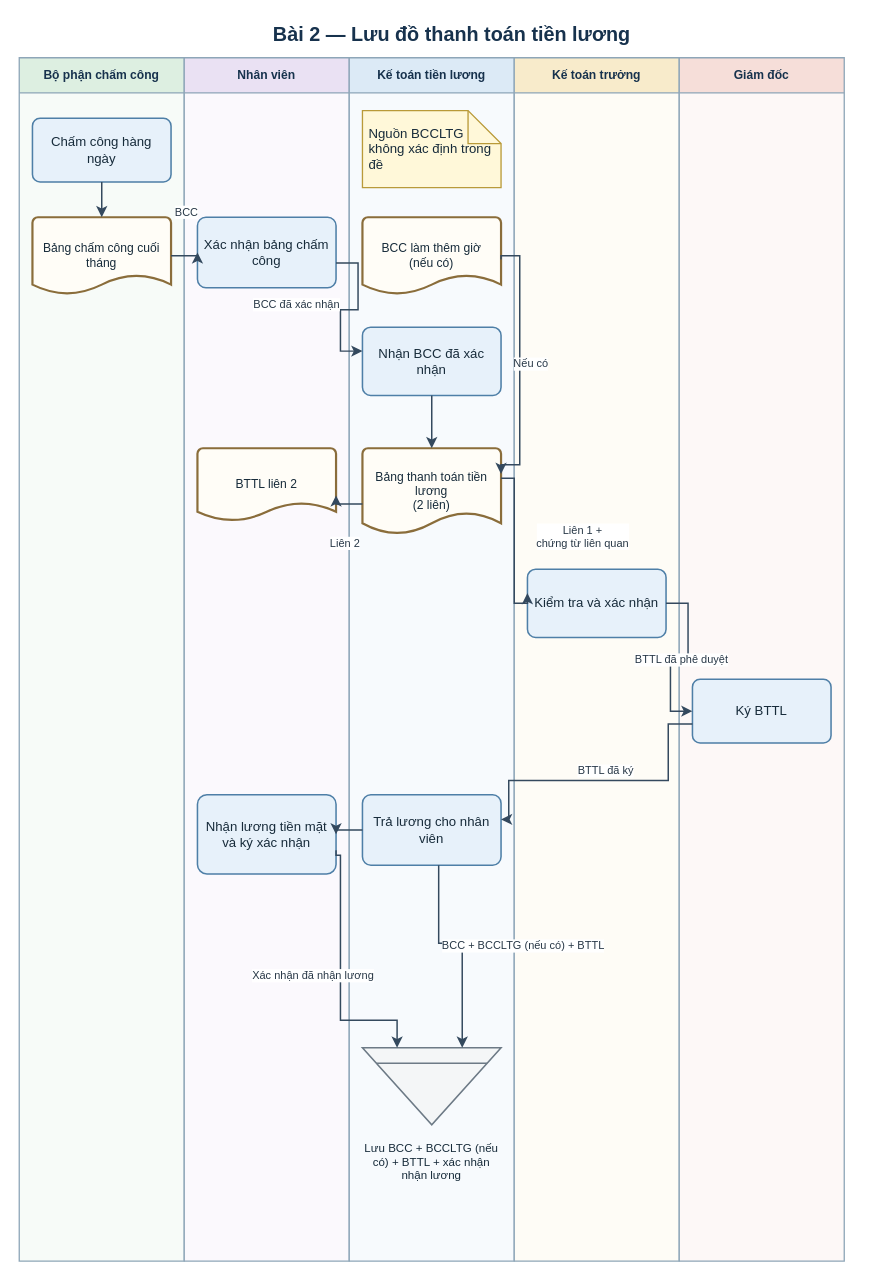
This is assets/drawio/02_payroll_payment_flow.drawio from saigonbaddielover/thtrang, a draw.io file, before an edit. Source tidied: cells renumbered, new cells numbered last; positions are measured from the earlier drawing's top-left corner, leaving out a move shared by most shapes. Both pictures are drawn from the tidied source at 110%, with x=0, y=0 at pixel (19, 19).
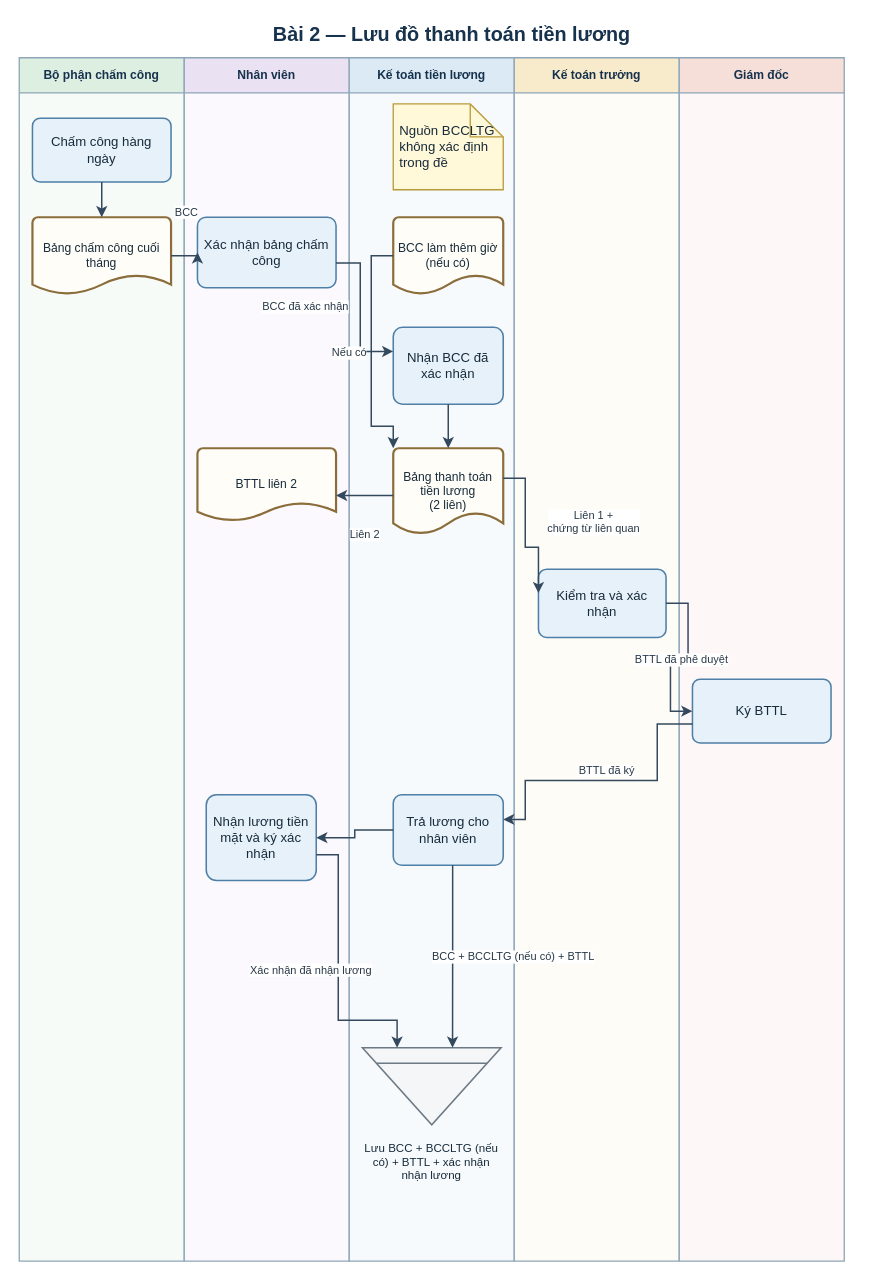
The same diagram, later.

Unchanged cells that the change refers to:
```xml
<mxCell id="4" value="Nhân viên" style="swimlane;horizontal=1;startSize=32;html=1;whiteSpace=wrap;fontFamily=Arial;fontSize=11;fontStyle=1;fontColor=#17324D;align=center;verticalAlign=middle;rounded=0;fillColor=#EAE1F3;swimlaneFillColor=#FBF9FD;strokeColor=#8EA6B8;strokeWidth=1.2;" parent="1" vertex="1">
  <mxGeometry x="150" y="35" width="150" height="1094" as="geometry" />
</mxCell>
<mxCell id="5" value="Kế toán tiền lương" style="swimlane;horizontal=1;startSize=32;html=1;whiteSpace=wrap;fontFamily=Arial;fontSize=11;fontStyle=1;fontColor=#17324D;align=center;verticalAlign=middle;rounded=0;fillColor=#DCEAF6;swimlaneFillColor=#F7FAFD;strokeColor=#8EA6B8;strokeWidth=1.2;" parent="1" vertex="1">
  <mxGeometry x="300" y="35" width="150" height="1094" as="geometry" />
</mxCell>
<mxCell id="6" value="Kế toán trưởng" style="swimlane;horizontal=1;startSize=32;html=1;whiteSpace=wrap;fontFamily=Arial;fontSize=11;fontStyle=1;fontColor=#17324D;align=center;verticalAlign=middle;rounded=0;fillColor=#F8EBCB;swimlaneFillColor=#FEFCF6;strokeColor=#8EA6B8;strokeWidth=1.2;" parent="1" vertex="1">
  <mxGeometry x="450" y="35" width="150" height="1094" as="geometry" />
</mxCell>
<mxCell id="10" value="Xác nhận bảng chấm công" style="rounded=1;arcSize=12;html=1;whiteSpace=wrap;fontFamily=Arial;align=center;verticalAlign=middle;fontColor=#172B3A; fontSize=11;spacing=5;fillColor=#E7F1FA;strokeColor=#4E7FA7;strokeWidth=1.4;" parent="4" vertex="1">
  <mxGeometry x="12" y="145" width="126" height="64" as="geometry" />
</mxCell>
<mxCell id="15" value="BTTL liên 2" style="strokeWidth=2;shape=mxgraph.flowchart.document2;size=0.25;html=1;whiteSpace=wrap;fontFamily=Arial;align=center;verticalAlign=middle;fontColor=#172B3A;fontSize=11;spacing=4;fillColor=#FFFDF7;strokeColor=#8A6D3B;" parent="4" vertex="1">
  <mxGeometry x="12" y="355" width="126" height="66" as="geometry" />
</mxCell>
<mxCell id="17" value="Ký BTTL" style="rounded=1;arcSize=12;html=1;whiteSpace=wrap;fontFamily=Arial;align=center;verticalAlign=middle;fontColor=#172B3A; fontSize=11;spacing=5;fillColor=#E7F1FA;strokeColor=#4E7FA7;strokeWidth=1.4;" parent="7" vertex="1">
  <mxGeometry x="12" y="565" width="126" height="58" as="geometry" />
</mxCell>
<mxCell id="20" value="Lưu BCC + BCCLTG (nếu có) + BTTL + xác nhận nhận lương" style="shape=mxgraph.dfd.archive;html=1;whiteSpace=wrap;fontFamily=Arial;align=center;verticalLabelPosition=bottom;verticalAlign=top;fontColor=#172B3A;fontSize=10.5;spacingTop=8;fillColor=#F4F6F7;strokeColor=#6D7A86;strokeWidth=1.4;" parent="5" vertex="1">
  <mxGeometry x="12" y="900" width="126" height="70" as="geometry" />
</mxCell>
```

The edit, as a diff of the source:
```diff
@@
     <mxCell id="11" value="Nguồn BCCLTG không xác định trong đề" style="shape=note;html=1;whiteSpace=wrap;fontFamily=Arial;align=center;verticalAlign=middle;fontColor=#172B3A; fontSize=10;align=left;spacing=6;fillColor=#FFF8D9;strokeColor=#B99A39;strokeWidth=1.2;" parent="5" vertex="1">
-      <mxGeometry x="12" y="48" width="126" height="70" as="geometry" />
+      <mxGeometry x="40" y="42" width="100" height="78" as="geometry" />
     </mxCell>
     <mxCell id="12" value="BCC làm thêm giờ&lt;br&gt;(nếu có)" style="strokeWidth=2;shape=mxgraph.flowchart.document2;size=0.25;html=1;whiteSpace=wrap;fontFamily=Arial;align=center;verticalAlign=middle;fontColor=#172B3A;fontSize=11;spacing=4;fillColor=#FFFDF7;strokeColor=#8A6D3B;" parent="5" vertex="1">
-      <mxGeometry x="12" y="145" width="126" height="70" as="geometry" />
+      <mxGeometry x="40" y="145" width="100" height="70" as="geometry" />
     </mxCell>
     <mxCell id="13" value="Nhận BCC đã xác nhận" style="rounded=1;arcSize=12;html=1;whiteSpace=wrap;fontFamily=Arial;align=center;verticalAlign=middle;fontColor=#172B3A; fontSize=11;spacing=5;fillColor=#E7F1FA;strokeColor=#4E7FA7;strokeWidth=1.4;" parent="5" vertex="1">
-      <mxGeometry x="12" y="245" width="126" height="62" as="geometry" />
+      <mxGeometry x="40" y="245" width="100" height="70" as="geometry" />
     </mxCell>
     <mxCell id="14" value="Bảng thanh toán tiền lương&lt;br&gt;(2 liên)" style="strokeWidth=2;shape=mxgraph.flowchart.document2;size=0.25;html=1;whiteSpace=wrap;fontFamily=Arial;align=center;verticalAlign=middle;fontColor=#172B3A;fontSize=11;spacing=4;fillColor=#FFFDF7;strokeColor=#8A6D3B;" parent="5" vertex="1">
-      <mxGeometry x="12" y="355" width="126" height="78" as="geometry" />
+      <mxGeometry x="40" y="355" width="100" height="78" as="geometry" />
     </mxCell>
@@
     <mxCell id="16" value="Kiểm tra và xác nhận" style="rounded=1;arcSize=12;html=1;whiteSpace=wrap;fontFamily=Arial;align=center;verticalAlign=middle;fontColor=#172B3A; fontSize=11;spacing=5;fillColor=#E7F1FA;strokeColor=#4E7FA7;strokeWidth=1.4;" parent="6" vertex="1">
-      <mxGeometry x="12" y="465" width="126" height="62" as="geometry" />
+      <mxGeometry x="22" y="465" width="116" height="62" as="geometry" />
     </mxCell>
@@
     <mxCell id="18" value="Trả lương cho nhân viên" style="rounded=1;arcSize=12;html=1;whiteSpace=wrap;fontFamily=Arial;align=center;verticalAlign=middle;fontColor=#172B3A; fontSize=11;spacing=5;fillColor=#E7F1FA;strokeColor=#4E7FA7;strokeWidth=1.4;" parent="5" vertex="1">
-      <mxGeometry x="12" y="670" width="126" height="64" as="geometry" />
+      <mxGeometry x="40" y="670" width="100" height="64" as="geometry" />
     </mxCell>
     <mxCell id="19" value="Nhận lương tiền mặt và ký xác nhận" style="rounded=1;arcSize=12;html=1;whiteSpace=wrap;fontFamily=Arial;align=center;verticalAlign=middle;fontColor=#172B3A; fontSize=11;spacing=5;fillColor=#E7F1FA;strokeColor=#4E7FA7;strokeWidth=1.4;" parent="4" vertex="1">
-      <mxGeometry x="12" y="670" width="126" height="72" as="geometry" />
+      <mxGeometry x="20" y="670" width="100" height="78" as="geometry" />
     </mxCell>
@@
-    <mxCell id="23" value="BCC đã xác nhận" style="edgeStyle=orthogonalEdgeStyle;rounded=0;jettySize=auto;html=1;fontFamily=Arial;fontSize=10;fontColor=#273746;labelBackgroundColor=#FFFFFF;strokeColor=#34495E;strokeWidth=1.35;endArrow=classic;endFill=1;exitX=1;exitY=0.65;entryX=0;entryY=0.35;" parent="1" edge="1" source="10" target="13">
+    <mxCell id="23" value="BCC đã xác nhận" style="edgeStyle=orthogonalEdgeStyle;rounded=0;jettySize=auto;html=1;fontFamily=Arial;fontSize=10;fontColor=#273746;labelBackgroundColor=#FFFFFF;strokeColor=#34495E;strokeWidth=1.35;endArrow=classic;endFill=1;exitX=1;exitY=0.65;entryX=0;entryY=0.314;" parent="1" edge="1" source="10" target="13">
       <mxGeometry relative="1" as="geometry">
+        <Array as="points">
+          <mxPoint x="310" y="222" />
+          <mxPoint x="310" y="302" />
+        </Array>
         <mxPoint x="-50" y="-5" as="offset" />
       </mxGeometry>
     </mxCell>
@@
-    <mxCell id="25" value="Nếu có" style="edgeStyle=orthogonalEdgeStyle;rounded=0;jettySize=auto;html=1;fontFamily=Arial;fontSize=10;fontColor=#273746;labelBackgroundColor=#FFFFFF;strokeColor=#34495E;strokeWidth=1.35;endArrow=classic;endFill=1;exitX=1;exitY=0.55;entryX=1;entryY=0.3;" parent="1" edge="1" source="12" target="14">
+    <mxCell id="25" value="Nếu có" style="edgeStyle=orthogonalEdgeStyle;rounded=0;jettySize=auto;html=1;fontFamily=Arial;fontSize=10;fontColor=#273746;labelBackgroundColor=#FFFFFF;strokeColor=#34495E;strokeWidth=1.35;endArrow=classic;endFill=1;exitX=0;exitY=0.5;entryX=0;entryY=0;" parent="1" edge="1" source="12" target="14">
       <mxGeometry relative="1" as="geometry">
         <Array as="points">
-          <mxPoint x="455" y="215" />
-          <mxPoint x="455" y="405" />
+          <mxPoint x="320" y="215" />
+          <mxPoint x="320" y="370" />
         </Array>
-        <mxPoint x="10" as="offset" />
+        <mxPoint x="-20" as="offset" />
       </mxGeometry>
     </mxCell>
-    <mxCell id="26" value="Liên 2" style="edgeStyle=orthogonalEdgeStyle;rounded=0;jettySize=auto;html=1;fontFamily=Arial;fontSize=10;fontColor=#273746;labelBackgroundColor=#FFFFFF;strokeColor=#34495E;strokeWidth=1.35;endArrow=classic;endFill=1;exitX=0;exitY=0.65;entryX=1;entryY=0.65;" parent="1" edge="1" source="14" target="15">
+    <mxCell id="26" value="Liên 2" style="edgeStyle=orthogonalEdgeStyle;rounded=0;jettySize=auto;html=1;fontFamily=Arial;fontSize=10;fontColor=#273746;labelBackgroundColor=#FFFFFF;strokeColor=#34495E;strokeWidth=1.35;endArrow=classic;endFill=1;exitX=0;exitY=0.55;entryX=1;entryY=0.65;" parent="1" edge="1" source="14" target="15">
       <mxGeometry relative="1" as="geometry">
         <mxPoint y="35" as="offset" />
       </mxGeometry>
     </mxCell>
     <mxCell id="27" value="Liên 1 +&lt;br&gt;chứng từ liên quan" style="edgeStyle=orthogonalEdgeStyle;rounded=0;jettySize=auto;html=1;fontFamily=Arial;fontSize=10;fontColor=#273746;labelBackgroundColor=#FFFFFF;strokeColor=#34495E;strokeWidth=1.35;endArrow=classic;endFill=1;exitX=1;exitY=0.35;entryX=0;entryY=0.35;" parent="1" edge="1" source="14" target="16">
       <mxGeometry relative="1" as="geometry">
         <Array as="points">
-          <mxPoint x="450" y="418" />
-          <mxPoint x="450" y="531" />
+          <mxPoint x="460" y="417" />
+          <mxPoint x="460" y="480" />
         </Array>
         <mxPoint x="62" y="-8" as="offset" />
       </mxGeometry>
     </mxCell>
@@
     <mxCell id="29" value="BTTL đã ký" style="edgeStyle=orthogonalEdgeStyle;rounded=0;jettySize=auto;html=1;fontFamily=Arial;fontSize=10;fontColor=#273746;labelBackgroundColor=#FFFFFF;strokeColor=#34495E;strokeWidth=1.35;endArrow=classic;endFill=1;exitX=0;exitY=0.7;entryX=1;entryY=0.35;" parent="1" edge="1" source="17" target="18">
       <mxGeometry relative="1" as="geometry">
         <Array as="points">
-          <mxPoint x="590" y="640" />
-          <mxPoint x="590" y="692" />
-          <mxPoint x="445" y="692" />
+          <mxPoint x="580" y="640" />
+          <mxPoint x="580" y="692" />
+          <mxPoint x="460" y="692" />
         </Array>
         <mxPoint y="-9" as="offset" />
       </mxGeometry>
     </mxCell>
@@
     <mxCell id="31" value="Xác nhận đã nhận lương" style="edgeStyle=orthogonalEdgeStyle;rounded=0;jettySize=auto;html=1;fontFamily=Arial;fontSize=10;fontColor=#273746;labelBackgroundColor=#FFFFFF;strokeColor=#34495E;strokeWidth=1.35;endArrow=classic;endFill=1;exitX=1;exitY=0.7;entryX=0.25;entryY=0;" parent="1" edge="1" source="19" target="20">
       <mxGeometry relative="1" as="geometry">
         <Array as="points">
-          <mxPoint x="292" y="760" />
-          <mxPoint x="292" y="910" />
-          <mxPoint x="344" y="910" />
+          <mxPoint x="290" y="760" />
+          <mxPoint x="290" y="910" />
         </Array>
         <mxPoint x="-25" as="offset" />
       </mxGeometry>
     </mxCell>
-    <mxCell id="32" value="BCC + BCCLTG (nếu có) + BTTL" style="edgeStyle=orthogonalEdgeStyle;rounded=0;jettySize=auto;html=1;fontFamily=Arial;fontSize=10;fontColor=#273746;labelBackgroundColor=#FFFFFF;strokeColor=#34495E;strokeWidth=1.35;endArrow=classic;endFill=1;exitX=0.55;exitY=1;entryX=0.72;entryY=0;" parent="1" edge="1" source="18" target="20">
+    <mxCell id="32" value="BCC + BCCLTG (nếu có) + BTTL" style="edgeStyle=orthogonalEdgeStyle;rounded=0;jettySize=auto;html=1;fontFamily=Arial;fontSize=10;fontColor=#273746;labelBackgroundColor=#FFFFFF;strokeColor=#34495E;strokeWidth=1.35;endArrow=classic;endFill=1;exitX=0.54;exitY=1;entryX=0.65;entryY=0;" parent="1" edge="1" source="18" target="20">
       <mxGeometry relative="1" as="geometry">
-        <Array as="points">
-          <mxPoint x="381" y="840" />
-          <mxPoint x="403" y="840" />
-        </Array>
         <mxPoint x="55" as="offset" />
       </mxGeometry>
     </mxCell>
```
